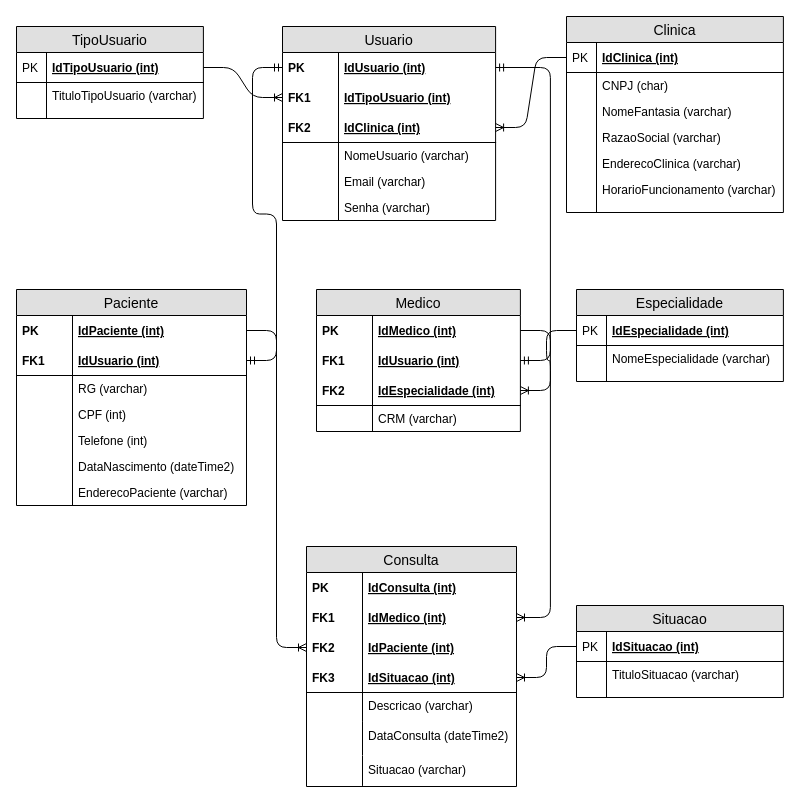
Earlier version of the draw.io diagram page "Logico" (2 of 2) of Modelagem/modelagem-spmedicalgroup.drawio (flavio-pires/senai_spmedgroup_sprint1_bd_manha_flavio_pires). Source tidied: cells renumbered, new cells numbered last; positions are measured from the earlier drawing's top-left corner, leaving out a move shared by most shapes. Both pictures are drawn from the tidied source at 100%, with x=0, y=0 at pixel (16, 16).
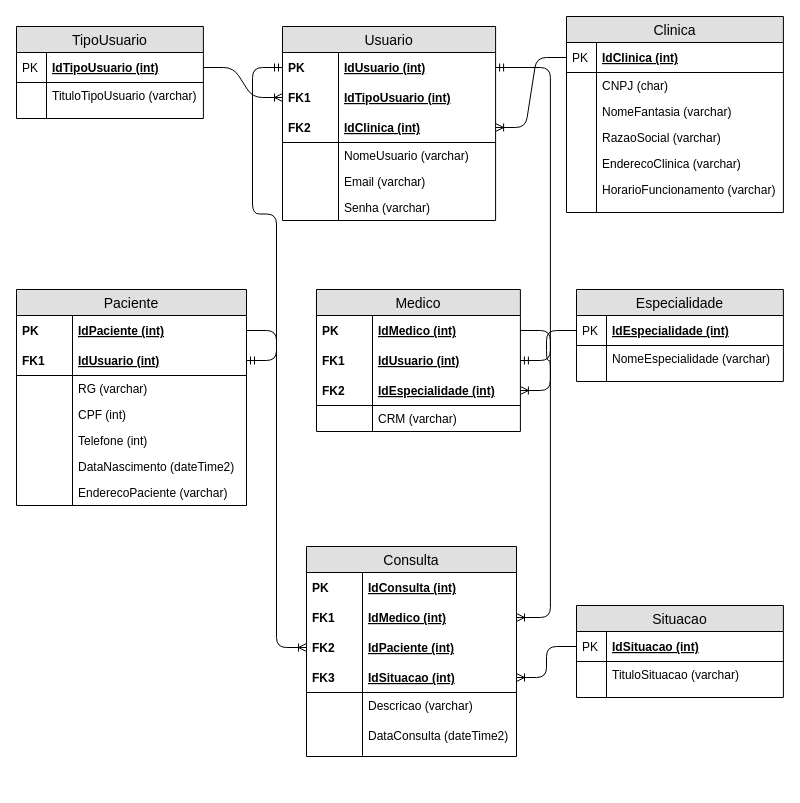
After the change.

Change to the diagram source:
```diff
@@
     <mxCell id="53" value="Consulta" style="swimlane;fontStyle=0;horizontal=1;startSize=26;fillColor=#e0e0e0;swimlaneFillColor=#ffffff;align=center;fontSize=14;" parent="1" vertex="1">
-      <mxGeometry x="290" y="530" width="210" height="240" as="geometry" />
+      <mxGeometry x="290" y="530" width="210" height="210" as="geometry" />
     </mxCell>
@@
-    <mxCell id="66" value="Situacao (varchar)" style="shape=partialRectangle;top=0;left=0;right=0;bottom=0;align=left;verticalAlign=top;fillColor=none;spacingLeft=60;spacingRight=4;overflow=hidden;fontSize=12;" parent="53" vertex="1">
-      <mxGeometry y="210" width="210" height="30" as="geometry" />
-    </mxCell>
-    <mxCell id="67" style="shape=partialRectangle;top=0;left=0;bottom=0;fillColor=none;align=left;verticalAlign=top;spacingLeft=4;spacingRight=4;overflow=hidden;fontSize=12;" parent="66" vertex="1">
-      <mxGeometry width="56" height="28.9" as="geometry" />
-    </mxCell>
```
